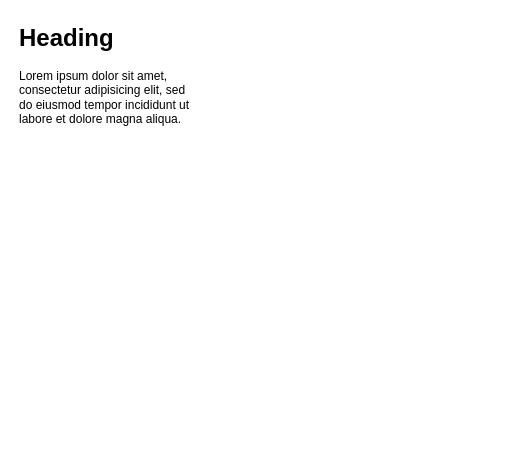
Above: page "SWconfig" (2 of 3) of meterTest.drawio in gialla1987/test-meter (draw.io), before the change. Source tidied: cells renumbered, new cells numbered last; positions are measured from the earlier drawing's top-left corner, leaving out a move shared by most shapes. Both pictures are drawn from the tidied source at 100%, with x=0, y=0 at pixel (17, 17).
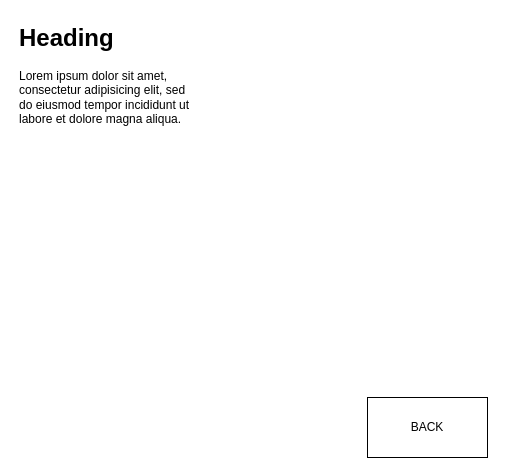
The same page after the edit.

Change to the diagram source:
```diff
@@
 <mxGraphModel>
   <root>
     <mxCell id="0" />
     <mxCell id="1" parent="0" />
     <mxCell id="2" value="&lt;h1 style=&quot;margin-top: 0px;&quot;&gt;Heading&lt;/h1&gt;&lt;p&gt;Lorem ipsum dolor sit amet, consectetur adipisicing elit, sed do eiusmod tempor incididunt ut labore et dolore magna aliqua.&lt;/p&gt;" style="text;html=1;whiteSpace=wrap;overflow=hidden;rounded=0;" parent="1" vertex="1">
       <mxGeometry width="180" height="120" as="geometry" />
     </mxCell>
+    <mxCell id="3" value="BACK" style="rounded=0;whiteSpace=wrap;html=1;" parent="1" vertex="1">
+      <mxGeometry x="350" y="380" width="120" height="60" as="geometry" />
+    </mxCell>
   </root>
 </mxGraphModel>
```
